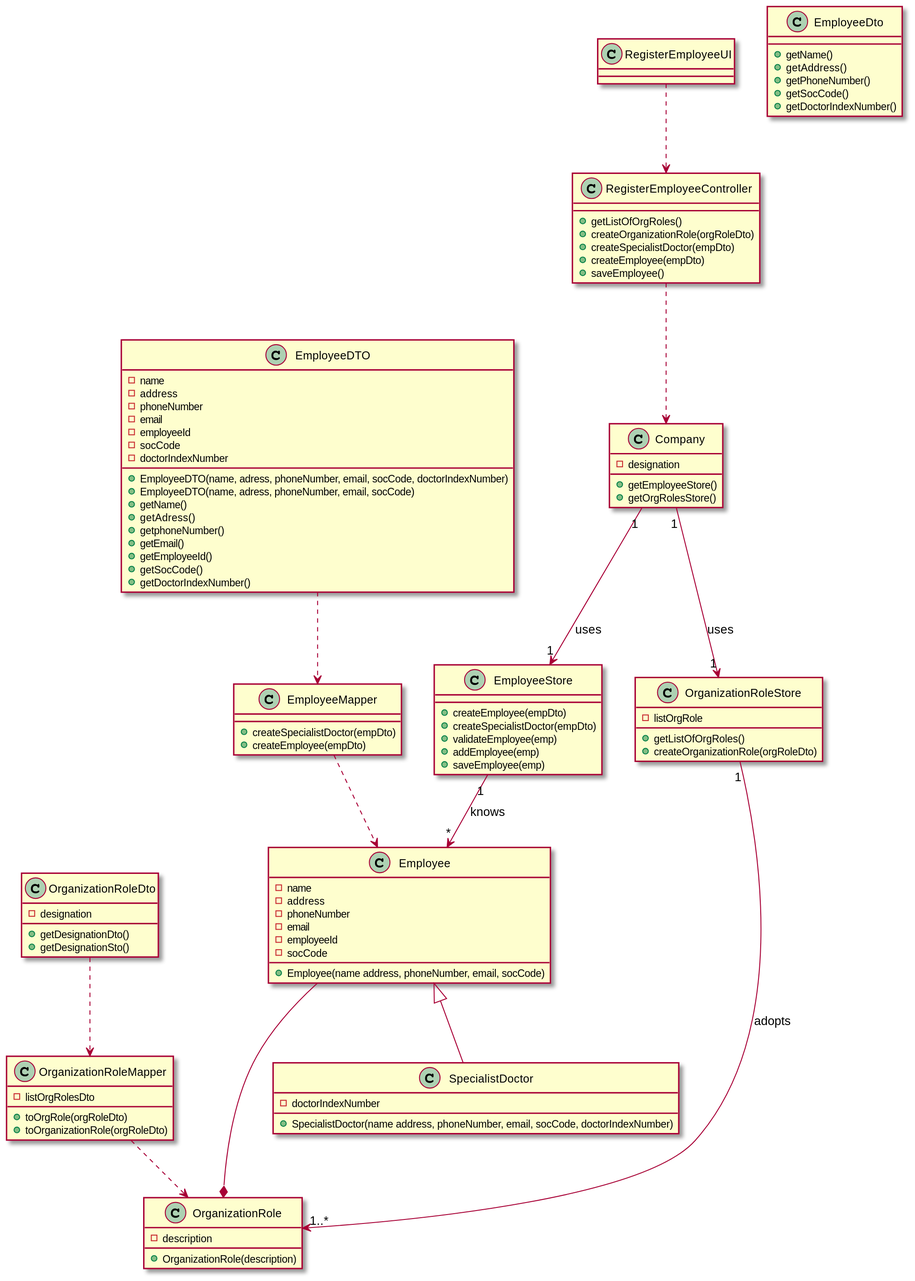
The PlantUML diagram docs/SprintB/US07/US07-CD.svg in manu-07-ela/LAPR2_ISEP, before a commit.
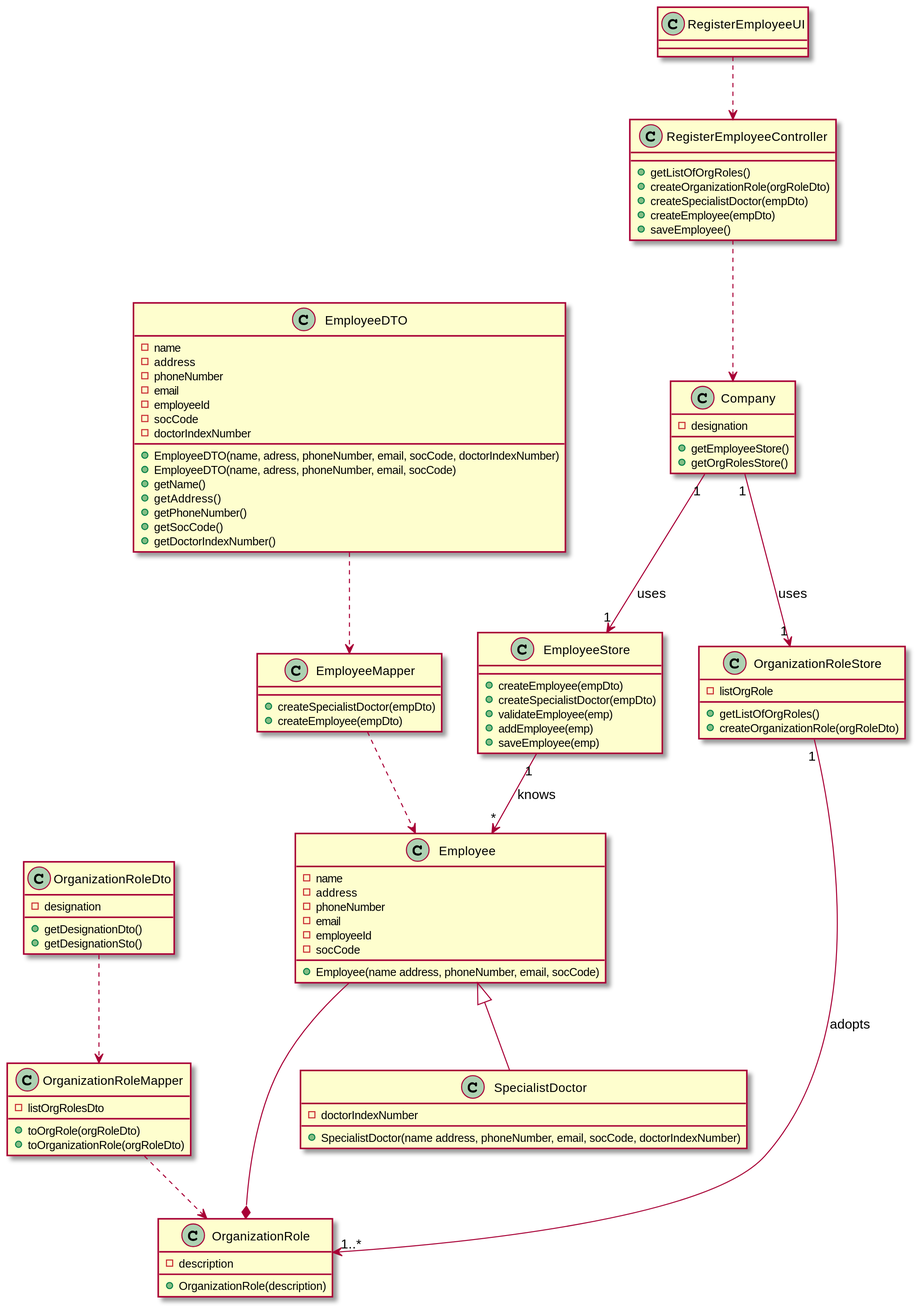
After the commit.

Diff of the diagram source:
```diff
@@ -72,10 +72,8 @@
 +EmployeeDTO(name, adress, phoneNumber, email, socCode, doctorIndexNumber)
 +EmployeeDTO(name, adress, phoneNumber, email, socCode)
 +getName()
-+getAdress()
-+getphoneNumber()
-+getEmail()
-+getEmployeeId()
++getAddress()
++getPhoneNumber()
 +getSocCode()
 +getDoctorIndexNumber()
 }
@@ -86,13 +84,7 @@
 }
 
 
-class EmployeeDto{
-+getName()
-+getAddress()
-+getPhoneNumber()
-+getSocCode()
-+getDoctorIndexNumber()
-}
+
 
 class OrganizationRoleMapper{
 +toOrgRole(orgRoleDto)
```
